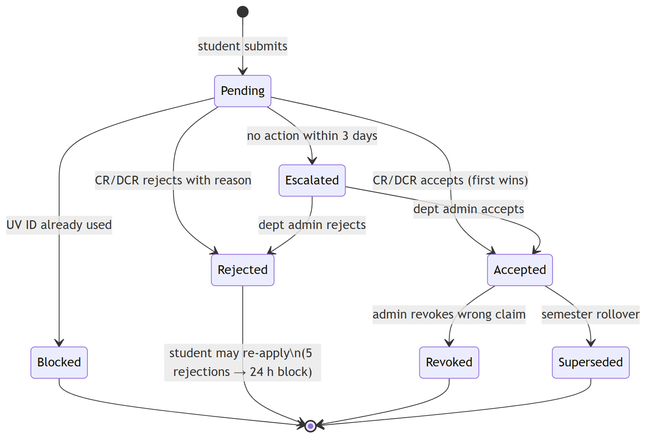
Earlier version of the Mermaid export DOCUMENTS/png/20-state-join-request.png (chinmoy567/Class-and-Routin-Management-Web-App). Its source is kept beside it as DOCUMENTS/src/20-state-join-request.mmd.
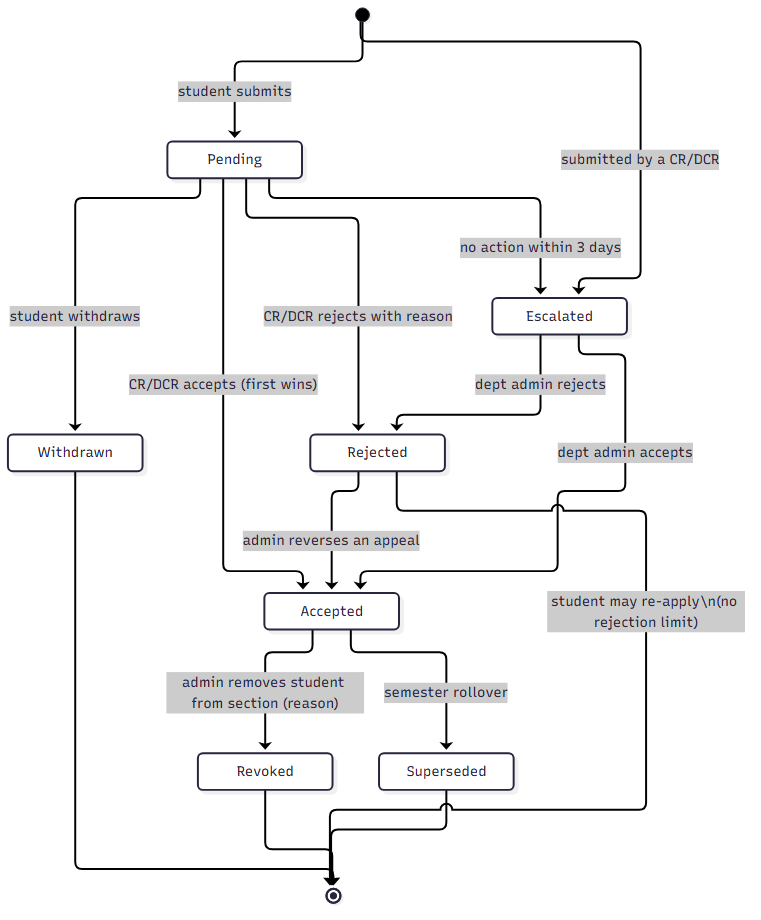
After the change.

Diff of the diagram source:
```diff
@@ -1,14 +1,16 @@
 stateDiagram-v2
   [*] --> Pending : student submits
-  Pending --> Blocked : UV ID already used
-  Blocked --> [*]
+  [*] --> Escalated : submitted by a CR/DCR
+  Pending --> Withdrawn : student withdraws
+  Withdrawn --> [*]
   Pending --> Accepted : CR/DCR accepts (first wins)
   Pending --> Rejected : CR/DCR rejects with reason
   Pending --> Escalated : no action within 3 days
   Escalated --> Accepted : dept admin accepts
   Escalated --> Rejected : dept admin rejects
-  Rejected --> [*] : student may re-apply\n(5 rejections → 24 h block)
-  Accepted --> Revoked : admin revokes wrong claim
+  Rejected --> Accepted : admin reverses an appeal
+  Rejected --> [*] : student may re-apply\n(no rejection limit)
+  Accepted --> Revoked : admin removes student from section (reason)
   Accepted --> Superseded : semester rollover
   Revoked --> [*]
   Superseded --> [*]
```
